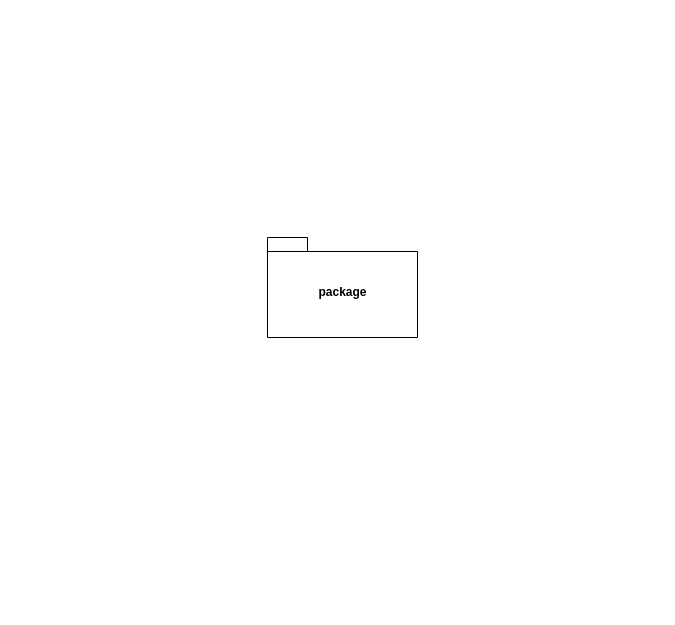
Above: Package Diagram.drawio in MinkunZhao/SE_lab1 (draw.io), before the change. Source tidied: cells renumbered, new cells numbered last; positions are measured from the earlier drawing's top-left corner, leaving out a move shared by most shapes. Both pictures are drawn from the tidied source at 100%, with x=0, y=0 at pixel (267, 237).
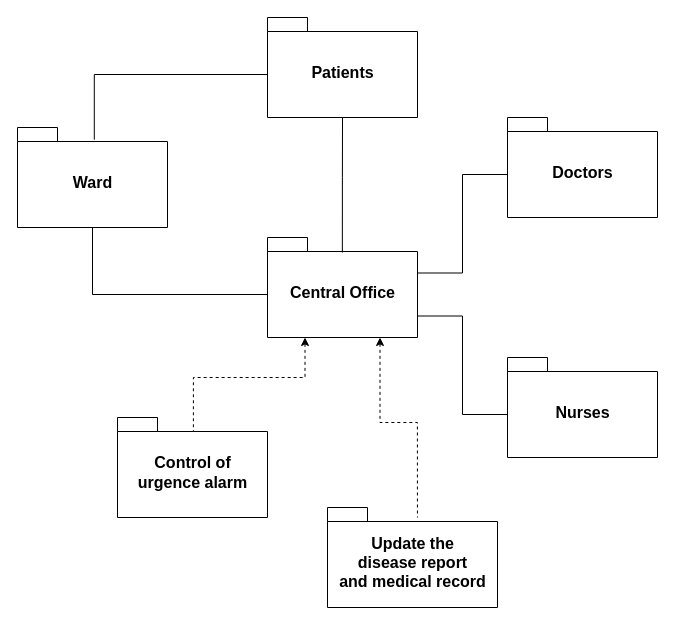
After the change.

What changed in the source:
```diff
@@
 <mxGraphModel>
   <root>
     <mxCell id="0" />
     <mxCell id="1" parent="0" />
+    <mxCell id="3" style="edgeStyle=orthogonalEdgeStyle;rounded=0;jettySize=auto;html=1;exitX=0;exitY=0;exitDx=150;exitDy=35.5;exitPerimeter=0;entryX=0;entryY=0;entryDx=0;entryDy=57;entryPerimeter=0;fontSize=16;endArrow=none;endFill=0;" parent="1" edge="1" source="2" target="10">
+      <mxGeometry relative="1" as="geometry" />
+    </mxCell>
+    <mxCell id="4" style="edgeStyle=orthogonalEdgeStyle;rounded=0;jettySize=auto;html=1;exitX=0;exitY=0;exitDx=150;exitDy=78.5;exitPerimeter=0;entryX=0;entryY=0;entryDx=0;entryDy=57;entryPerimeter=0;fontSize=16;endArrow=none;endFill=0;" parent="1" edge="1" source="2" target="8">
+      <mxGeometry relative="1" as="geometry" />
+    </mxCell>
+    <mxCell id="5" style="edgeStyle=orthogonalEdgeStyle;rounded=0;jettySize=auto;html=1;fontSize=16;endArrow=none;endFill=0;entryX=0.506;entryY=0.141;entryDx=0;entryDy=0;entryPerimeter=0;exitX=0.25;exitY=1;exitDx=0;exitDy=0;exitPerimeter=0;dashed=1;startArrow=classic;startFill=1;" parent="1" edge="1" source="2" target="13">
+      <mxGeometry relative="1" as="geometry" />
+    </mxCell>
-    <mxCell id="2" value="package" style="shape=folder;fontStyle=1;spacingTop=10;tabWidth=40;tabHeight=14;tabPosition=left;html=1;" parent="1" vertex="1">
+    <mxCell id="2" value="&lt;font style=&quot;font-size: 16px;&quot;&gt;Central Office&lt;/font&gt;" style="shape=folder;fontStyle=1;spacingTop=10;tabWidth=40;tabHeight=14;tabPosition=left;html=1;" parent="1" vertex="1">
       <mxGeometry width="150" height="100" as="geometry" />
     </mxCell>
+    <mxCell id="6" style="edgeStyle=orthogonalEdgeStyle;rounded=0;jettySize=auto;html=1;entryX=0;entryY=0;entryDx=0;entryDy=57;entryPerimeter=0;fontSize=16;exitX=0.5;exitY=1;exitDx=0;exitDy=0;exitPerimeter=0;endArrow=none;endFill=0;" parent="1" edge="1" source="7" target="2">
+      <mxGeometry relative="1" as="geometry" />
+    </mxCell>
+    <mxCell id="7" value="&lt;font style=&quot;font-size: 16px;&quot;&gt;Ward&lt;/font&gt;" style="shape=folder;fontStyle=1;spacingTop=10;tabWidth=40;tabHeight=14;tabPosition=left;html=1;" parent="1" vertex="1">
+      <mxGeometry x="-250" y="-110" width="150" height="100" as="geometry" />
+    </mxCell>
+    <mxCell id="8" value="&lt;span style=&quot;font-size: 16px;&quot;&gt;Nurses&lt;/span&gt;" style="shape=folder;fontStyle=1;spacingTop=10;tabWidth=40;tabHeight=14;tabPosition=left;html=1;" parent="1" vertex="1">
+      <mxGeometry x="240" y="120" width="150" height="100" as="geometry" />
+    </mxCell>
+    <mxCell id="9" value="&lt;font style=&quot;font-size: 16px;&quot;&gt;Patients&lt;/font&gt;" style="shape=folder;fontStyle=1;spacingTop=10;tabWidth=40;tabHeight=14;tabPosition=left;html=1;" parent="1" vertex="1">
+      <mxGeometry y="-220" width="150" height="100" as="geometry" />
+    </mxCell>
+    <mxCell id="10" value="&lt;font style=&quot;font-size: 16px;&quot;&gt;Doctors&lt;/font&gt;" style="shape=folder;fontStyle=1;spacingTop=10;tabWidth=40;tabHeight=14;tabPosition=left;html=1;" parent="1" vertex="1">
+      <mxGeometry x="240" y="-120" width="150" height="100" as="geometry" />
+    </mxCell>
+    <mxCell id="11" style="edgeStyle=orthogonalEdgeStyle;rounded=0;jettySize=auto;html=1;entryX=0;entryY=0;entryDx=0;entryDy=57;entryPerimeter=0;fontSize=16;endArrow=none;endFill=0;exitX=0.512;exitY=0.122;exitDx=0;exitDy=0;exitPerimeter=0;" parent="1" edge="1" source="7" target="9">
+      <mxGeometry relative="1" as="geometry">
+        <Array as="points">
+          <mxPoint x="-173" y="-163" />
+        </Array>
+      </mxGeometry>
+    </mxCell>
+    <mxCell id="12" style="edgeStyle=orthogonalEdgeStyle;rounded=0;jettySize=auto;html=1;entryX=0.5;entryY=1;entryDx=0;entryDy=0;entryPerimeter=0;fontSize=16;exitX=0.499;exitY=0.15;exitDx=0;exitDy=0;exitPerimeter=0;endArrow=none;endFill=0;" parent="1" edge="1" source="2" target="9">
+      <mxGeometry relative="1" as="geometry" />
+    </mxCell>
+    <mxCell id="13" value="&lt;font style=&quot;&quot;&gt;&lt;span style=&quot;font-size: 16px;&quot;&gt;Control of&lt;/span&gt;&lt;br&gt;&lt;span style=&quot;font-size: 16px;&quot;&gt;urgence alarm&lt;/span&gt;&lt;br&gt;&lt;/font&gt;" style="shape=folder;fontStyle=1;spacingTop=10;tabWidth=40;tabHeight=14;tabPosition=left;html=1;" parent="1" vertex="1">
+      <mxGeometry x="-150" y="180" width="150" height="100" as="geometry" />
+    </mxCell>
+    <mxCell id="14" value="&lt;font style=&quot;&quot;&gt;&lt;span style=&quot;font-size: 16px;&quot;&gt;Update the&lt;br&gt;disease report&lt;br&gt;and&amp;nbsp;medical record&lt;/span&gt;&lt;br&gt;&lt;/font&gt;" style="shape=folder;fontStyle=1;spacingTop=10;tabWidth=40;tabHeight=14;tabPosition=left;html=1;" parent="1" vertex="1">
+      <mxGeometry x="60" y="270" width="170" height="100" as="geometry" />
+    </mxCell>
+    <mxCell id="15" style="edgeStyle=orthogonalEdgeStyle;rounded=0;jettySize=auto;html=1;fontSize=16;endArrow=none;endFill=0;entryX=0.529;entryY=0.1;entryDx=0;entryDy=0;entryPerimeter=0;exitX=0.75;exitY=1;exitDx=0;exitDy=0;exitPerimeter=0;dashed=1;startArrow=classic;startFill=1;" parent="1" edge="1" source="2" target="14">
+      <mxGeometry relative="1" as="geometry" />
+    </mxCell>
   </root>
 </mxGraphModel>
```
